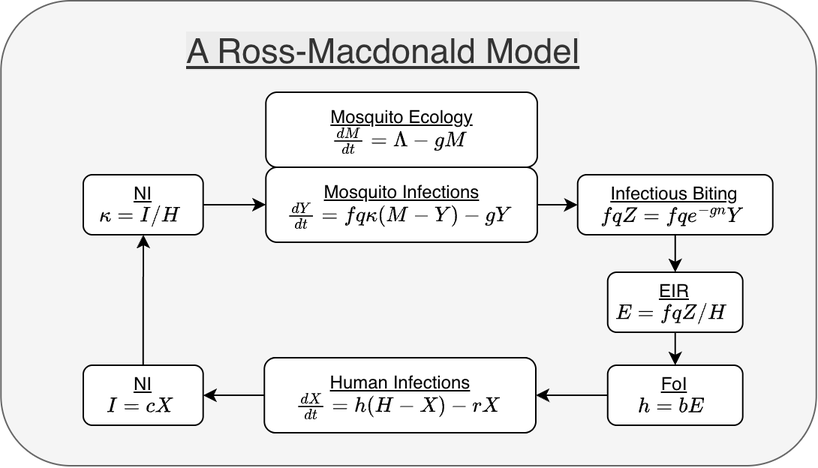
This is vignettes/RossMacdonaldFormal2.png from dd-harp/ramp.xds, a draw.io export, as it was before one commit. Source tidied: cells renumbered, new cells last; positions are measured from the earlier drawing's top-left corner, leaving out a move shared by most shapes.
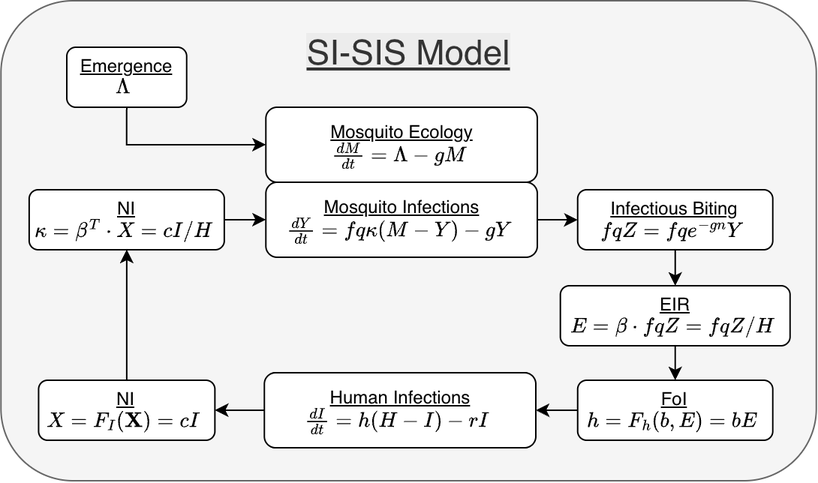
Above is the later version.

The edit, as a diff of the source:
```diff
@@ -3,7 +3,7 @@
     <mxCell id="0" />
     <mxCell id="1" parent="0" />
     <mxCell id="2" style="rounded=1;whiteSpace=wrap;html=1;fontSize=23;fillColor=#f5f5f5;fontColor=#333333;strokeColor=#666666;verticalAlign=top;" parent="1" vertex="1">
-      <mxGeometry x="0.1" width="543.2" height="310" as="geometry" />
+      <mxGeometry x="0.1" y="-10" width="543.2" height="320" as="geometry" />
     </mxCell>
     <mxCell id="3" style="edgeStyle=orthogonalEdgeStyle;rounded=0;orthogonalLoop=1;jettySize=auto;html=1;exitX=0;exitY=0.5;exitDx=0;exitDy=0;entryX=1;entryY=0.5;entryDx=0;entryDy=0;fontSize=6;" parent="1" edge="1">
       <mxGeometry relative="1" as="geometry">
@@ -40,11 +40,11 @@
     <mxCell id="11" style="edgeStyle=orthogonalEdgeStyle;rounded=0;jettySize=auto;html=1;exitX=1;exitY=0.5;exitDx=0;exitDy=0;entryX=0;entryY=0.5;entryDx=0;entryDy=0;" parent="1" edge="1" source="12" target="7">
       <mxGeometry relative="1" as="geometry" />
     </mxCell>
-    <mxCell id="12" value="&lt;u&gt;NI&lt;br&gt;&lt;/u&gt;\( \kappa = I/H\)&amp;nbsp;" style="rounded=1;whiteSpace=wrap;html=1;align=center;" parent="1" vertex="1">
-      <mxGeometry x="55" y="116" width="79.9" height="40" as="geometry" />
+    <mxCell id="12" value="&lt;u&gt;NI&lt;br&gt;&lt;/u&gt;\( \kappa = \beta^T \cdot X = cI/H\)&amp;nbsp;" style="rounded=1;whiteSpace=wrap;html=1;align=center;" parent="1" vertex="1">
+      <mxGeometry x="18.9" y="116" width="130" height="40" as="geometry" />
     </mxCell>
-    <mxCell id="13" value="&lt;br style=&quot;forced-color-adjust: none; color: rgb(51, 51, 51); font-family: Helvetica; font-size: 23px; font-style: normal; font-variant-ligatures: normal; font-variant-caps: normal; font-weight: 400; letter-spacing: normal; orphans: 2; text-align: center; text-indent: 0px; text-transform: none; widows: 2; word-spacing: 0px; -webkit-text-stroke-width: 0px; white-space: normal; background-color: rgb(236, 236, 236); text-decoration-thickness: initial; text-decoration-style: initial; text-decoration-color: initial;&quot;&gt;&lt;u style=&quot;forced-color-adjust: none; color: rgb(51, 51, 51); font-family: Helvetica; font-size: 23px; font-style: normal; font-variant-ligatures: normal; font-variant-caps: normal; font-weight: 400; letter-spacing: normal; orphans: 2; text-align: center; text-indent: 0px; text-transform: none; widows: 2; word-spacing: 0px; -webkit-text-stroke-width: 0px; white-space: normal; background-color: rgb(236, 236, 236);&quot;&gt;A Ross-Macdonald Model&lt;/u&gt;" style="text;whiteSpace=wrap;html=1;" parent="1" vertex="1">
-      <mxGeometry x="121.8" width="300" height="70" as="geometry" />
+    <mxCell id="13" value="&lt;br style=&quot;forced-color-adjust: none; color: rgb(51, 51, 51); font-family: Helvetica; font-size: 23px; font-style: normal; font-variant-ligatures: normal; font-variant-caps: normal; font-weight: 400; letter-spacing: normal; orphans: 2; text-indent: 0px; text-transform: none; widows: 2; word-spacing: 0px; -webkit-text-stroke-width: 0px; white-space: normal; background-color: rgb(236, 236, 236); text-decoration-thickness: initial; text-decoration-style: initial; text-decoration-color: initial;&quot;&gt;&lt;u style=&quot;forced-color-adjust: none; color: rgb(51, 51, 51); font-family: Helvetica; font-size: 23px; font-style: normal; font-variant-ligatures: normal; font-variant-caps: normal; font-weight: 400; letter-spacing: normal; orphans: 2; text-indent: 0px; text-transform: none; widows: 2; word-spacing: 0px; -webkit-text-stroke-width: 0px; white-space: normal; background-color: rgb(236, 236, 236);&quot;&gt;SI-SIS Model&lt;/u&gt;" style="text;whiteSpace=wrap;html=1;align=center;" parent="1" vertex="1">
+      <mxGeometry x="121.8" y="-9" width="300" height="70" as="geometry" />
     </mxCell>
     <mxCell id="14" style="edgeStyle=orthogonalEdgeStyle;rounded=0;jettySize=auto;html=1;exitX=0.5;exitY=1;exitDx=0;exitDy=0;" parent="1" edge="1" source="15" target="17">
       <mxGeometry relative="1" as="geometry" />
@@ -55,14 +55,14 @@
     <mxCell id="16" style="edgeStyle=orthogonalEdgeStyle;rounded=0;jettySize=auto;html=1;exitX=0.5;exitY=1;exitDx=0;exitDy=0;entryX=0.5;entryY=0;entryDx=0;entryDy=0;" parent="1" edge="1" source="17" target="10">
       <mxGeometry relative="1" as="geometry" />
     </mxCell>
-    <mxCell id="17" value="&lt;u&gt;EIR&lt;br&gt;&lt;/u&gt;\( E = fqZ/H \)&amp;nbsp;" style="rounded=1;whiteSpace=wrap;html=1;align=center;" parent="1" vertex="1">
-      <mxGeometry x="404.4" y="181" width="90" height="40" as="geometry" />
+    <mxCell id="17" value="&lt;u&gt;EIR&lt;br&gt;&lt;/u&gt;\( E = \beta \cdot fqZ = fqZ/H\)&amp;nbsp;" style="rounded=1;whiteSpace=wrap;html=1;align=center;" parent="1" vertex="1">
+      <mxGeometry x="372.8" y="180" width="153.1" height="40" as="geometry" />
     </mxCell>
     <mxCell id="18" style="edgeStyle=orthogonalEdgeStyle;rounded=0;jettySize=auto;html=1;exitX=0.5;exitY=0;exitDx=0;exitDy=0;" parent="1" edge="1" source="19" target="12">
       <mxGeometry relative="1" as="geometry" />
     </mxCell>
-    <mxCell id="19" value="&lt;u&gt;NI&lt;br&gt;&lt;/u&gt;\( I = cX \)&amp;nbsp;" style="rounded=1;whiteSpace=wrap;html=1;align=center;" parent="1" vertex="1">
-      <mxGeometry x="55" y="243" width="79.9" height="40" as="geometry" />
+    <mxCell id="19" value="&lt;u&gt;NI&lt;br&gt;&lt;/u&gt;\( X = F_I(\mathbf{X}) = cI \)&amp;nbsp;" style="rounded=1;whiteSpace=wrap;html=1;align=center;" parent="1" vertex="1">
+      <mxGeometry x="25.2" y="243" width="117.5" height="40" as="geometry" />
     </mxCell>
     <mxCell id="20" value="&lt;u&gt;Mosquito Ecology&lt;br&gt;&lt;/u&gt;\( \frac{dM}{dt} = \Lambda- g M\)&amp;nbsp;" style="rounded=1;whiteSpace=wrap;html=1;align=center;" parent="1" vertex="1">
       <mxGeometry x="176.6" y="61" width="180.9" height="50" as="geometry" />
@@ -70,14 +70,20 @@
     <mxCell id="21" style="edgeStyle=orthogonalEdgeStyle;rounded=0;jettySize=auto;html=1;exitX=0;exitY=0.5;exitDx=0;exitDy=0;entryX=1;entryY=0.5;entryDx=0;entryDy=0;" parent="1" edge="1" source="22" target="19">
       <mxGeometry relative="1" as="geometry" />
     </mxCell>
-    <mxCell id="22" value="&lt;u&gt;Human Infections&lt;br&gt;&lt;/u&gt;\( \frac{dX}{dt} = h(H-X)-rX \)&amp;nbsp;" style="rounded=1;whiteSpace=wrap;html=1;align=center;" parent="1" vertex="1">
+    <mxCell id="22" value="&lt;u&gt;Human Infections&lt;br&gt;&lt;/u&gt;\( \frac{dI}{dt} = h(H-I)-rI \)&amp;nbsp;" style="rounded=1;whiteSpace=wrap;html=1;align=center;" parent="1" vertex="1">
       <mxGeometry x="175.6" y="238" width="180.9" height="50" as="geometry" />
     </mxCell>
     <mxCell id="23" style="edgeStyle=orthogonalEdgeStyle;rounded=0;jettySize=auto;html=1;exitX=0;exitY=0.5;exitDx=0;exitDy=0;" parent="1" edge="1" source="24" target="22">
       <mxGeometry relative="1" as="geometry" />
     </mxCell>
-    <mxCell id="24" value="&lt;u&gt;FoI&lt;br&gt;&lt;/u&gt;\( h=bE \)&amp;nbsp;" style="rounded=1;whiteSpace=wrap;html=1;align=center;" parent="1" vertex="1">
-      <mxGeometry x="404.4" y="243" width="90" height="40" as="geometry" />
+    <mxCell id="24" value="&lt;u&gt;FoI&lt;br&gt;&lt;/u&gt;\( h=F_h(b, E) = bE\)&amp;nbsp;" style="rounded=1;whiteSpace=wrap;html=1;align=center;" parent="1" vertex="1">
+      <mxGeometry x="384.4" y="243" width="130" height="40" as="geometry" />
     </mxCell>
+    <mxCell id="25" style="edgeStyle=orthogonalEdgeStyle;rounded=0;jettySize=auto;html=1;exitX=0.5;exitY=1;exitDx=0;exitDy=0;entryX=0;entryY=0.5;entryDx=0;entryDy=0;" parent="1" edge="1" source="26" target="20">
+      <mxGeometry relative="1" as="geometry" />
+    </mxCell>
+    <mxCell id="26" value="&lt;u&gt;Emergence&lt;br&gt;&lt;/u&gt;\( \Lambda \)&amp;nbsp;" style="rounded=1;whiteSpace=wrap;html=1;align=center;" parent="1" vertex="1">
+      <mxGeometry x="44" y="21" width="79.9" height="40" as="geometry" />
+    </mxCell>
   </root>
 </mxGraphModel>
```
